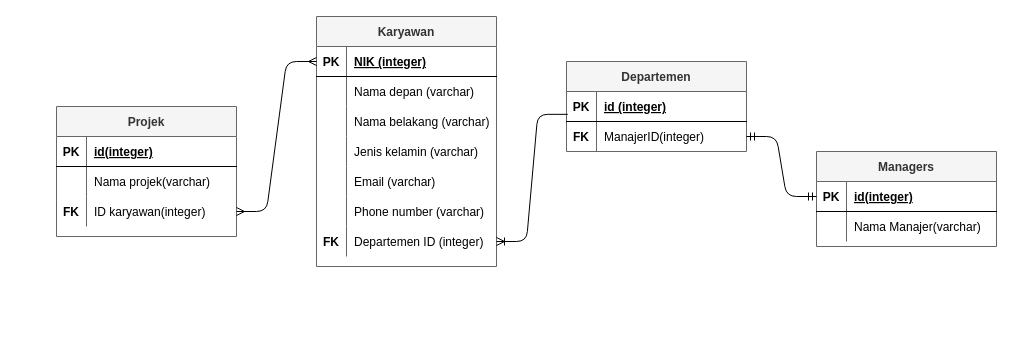
Earlier version of the draw.io diagram schema all relations case study.drawio (fathurk/belajar-js). Source tidied: cells renumbered, new cells numbered last; positions are measured from the earlier drawing's top-left corner, leaving out a move shared by most shapes. Both pictures are drawn from the tidied source at 100%, with x=0, y=0 at pixel (56, 16).
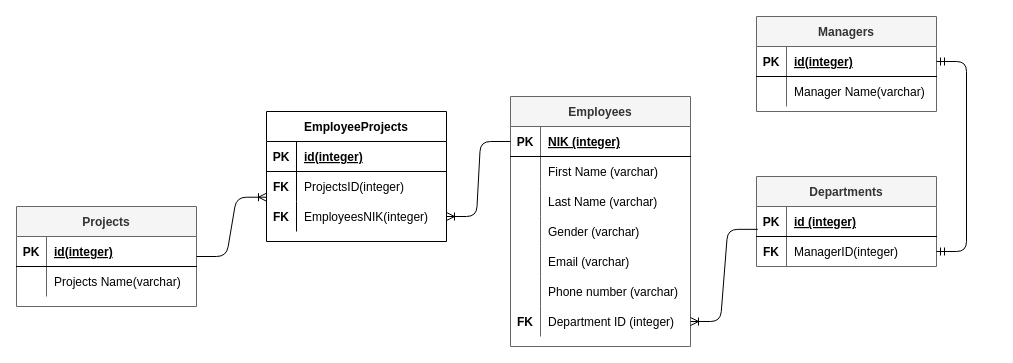
After the change.

Unchanged cells that the change refers to:
```xml
<mxCell id="3" style="shape=partialRectangle;fillColor=none;top=0;left=0;bottom=1;right=0;points=[[0,0.5],[1,0.5]];portConstraint=eastwest;" parent="2" vertex="1">
  <mxGeometry y="30" width="180" height="30" as="geometry" />
</mxCell>
<mxCell id="6" style="shape=partialRectangle;fillColor=none;top=0;left=0;bottom=0;right=0;" parent="2" vertex="1">
  <mxGeometry y="60" width="180" height="30" as="geometry" />
</mxCell>
<mxCell id="9" style="shape=partialRectangle;fillColor=none;top=0;left=0;bottom=0;right=0;" parent="2" vertex="1">
  <mxGeometry y="90" width="180" height="30" as="geometry" />
</mxCell>
<mxCell id="12" style="shape=partialRectangle;fillColor=none;top=0;left=0;bottom=0;right=0;" parent="2" vertex="1">
  <mxGeometry y="120" width="180" height="30" as="geometry" />
</mxCell>
<mxCell id="21" style="shape=partialRectangle;fillColor=none;top=0;left=0;bottom=0;right=0;points=[[0,0.5],[1,0.5]];portConstraint=eastwest;" parent="2" vertex="1">
  <mxGeometry y="210" width="180" height="30" as="geometry" />
</mxCell>
<mxCell id="28" style="shape=partialRectangle;fillColor=none;top=0;left=0;bottom=0;right=0;points=[[0,0.5],[1,0.5]];portConstraint=eastwest;" parent="24" vertex="1">
  <mxGeometry y="60" width="180" height="30" as="geometry" />
</mxCell>
<mxCell id="32" style="shape=partialRectangle;fillColor=none;top=0;left=0;bottom=1;right=0;points=[[0,0.5],[1,0.5]];portConstraint=eastwest;" parent="31" vertex="1">
  <mxGeometry y="30" width="180" height="30" as="geometry" />
</mxCell>
<mxCell id="35" style="shape=partialRectangle;fillColor=none;top=0;left=0;bottom=0;right=0;" parent="31" vertex="1">
  <mxGeometry y="60" width="180" height="30" as="geometry" />
</mxCell>
<mxCell id="41" style="shape=partialRectangle;fillColor=none;top=0;left=0;bottom=1;right=0;points=[[0,0.5],[1,0.5]];portConstraint=eastwest;" parent="40" vertex="1">
  <mxGeometry y="30" width="180" height="30" as="geometry" />
</mxCell>
<mxCell id="44" style="shape=partialRectangle;fillColor=none;top=0;left=0;bottom=0;right=0;" parent="40" vertex="1">
  <mxGeometry y="60" width="180" height="30" as="geometry" />
</mxCell>
```

Diff of the diagram source:
```diff
@@
-    <mxCell id="2" value="Karyawan" style="shape=table;startSize=30;childLayout=tableLayout;rowLines=0;fontStyle=1;align=center;fillColor=#f5f5f5;strokeColor=#666666;fontColor=#333333;" parent="1" vertex="1">
-      <mxGeometry x="260" width="180" height="250" as="geometry" />
+    <mxCell id="2" value="Employees" style="shape=table;startSize=30;childLayout=tableLayout;rowLines=0;fontStyle=1;align=center;fillColor=#f5f5f5;strokeColor=#666666;fontColor=#333333;" parent="1" vertex="1">
+      <mxGeometry x="454" y="80" width="180" height="250" as="geometry" />
     </mxCell>
@@
-    <mxCell id="8" value="Nama depan (varchar)" style="shape=partialRectangle;fillColor=none;top=0;left=0;bottom=0;right=0;align=left;spacingLeft=6;overflow=hidden;" parent="6" vertex="1">
+    <mxCell id="8" value="First Name (varchar)" style="shape=partialRectangle;fillColor=none;top=0;left=0;bottom=0;right=0;align=left;spacingLeft=6;overflow=hidden;" parent="6" vertex="1">
       <mxGeometry x="30" width="150" height="30" as="geometry" />
     </mxCell>
@@
-    <mxCell id="11" value="Nama belakang (varchar)" style="shape=partialRectangle;fillColor=none;top=0;left=0;bottom=0;right=0;align=left;spacingLeft=6;overflow=hidden;" parent="9" vertex="1">
+    <mxCell id="11" value="Last Name (varchar)" style="shape=partialRectangle;fillColor=none;top=0;left=0;bottom=0;right=0;align=left;spacingLeft=6;overflow=hidden;" parent="9" vertex="1">
       <mxGeometry x="30" width="150" height="30" as="geometry" />
     </mxCell>
@@
-    <mxCell id="14" value="Jenis kelamin (varchar)" style="shape=partialRectangle;fillColor=none;top=0;left=0;bottom=0;right=0;align=left;spacingLeft=6;overflow=hidden;" parent="12" vertex="1">
+    <mxCell id="14" value="Gender (varchar)" style="shape=partialRectangle;fillColor=none;top=0;left=0;bottom=0;right=0;align=left;spacingLeft=6;overflow=hidden;" parent="12" vertex="1">
       <mxGeometry x="30" width="150" height="30" as="geometry" />
     </mxCell>
@@
-    <mxCell id="23" value="Departemen ID (integer)" style="shape=partialRectangle;fillColor=none;top=0;left=0;bottom=0;right=0;align=left;spacingLeft=6;overflow=hidden;" parent="21" vertex="1">
+    <mxCell id="23" value="Department ID (integer)" style="shape=partialRectangle;fillColor=none;top=0;left=0;bottom=0;right=0;align=left;spacingLeft=6;overflow=hidden;" parent="21" vertex="1">
       <mxGeometry x="30" width="150" height="30" as="geometry" />
     </mxCell>
-    <mxCell id="24" value="Departemen" style="shape=table;startSize=30;childLayout=tableLayout;rowLines=0;fontStyle=1;align=center;fillColor=#f5f5f5;strokeColor=#666666;fontColor=#333333;" parent="1" vertex="1">
-      <mxGeometry x="510" y="45" width="180" height="90" as="geometry" />
+    <mxCell id="24" value="Departments" style="shape=table;startSize=30;childLayout=tableLayout;rowLines=0;fontStyle=1;align=center;fillColor=#f5f5f5;strokeColor=#666666;fontColor=#333333;" parent="1" vertex="1">
+      <mxGeometry x="700" y="160" width="180" height="90" as="geometry" />
     </mxCell>
@@
-    <mxCell id="30" value="ManajerID(integer)" style="shape=partialRectangle;fillColor=none;top=0;left=0;bottom=0;right=0;align=left;spacingLeft=6;overflow=hidden;" parent="28" vertex="1">
+    <mxCell id="30" value="ManagerID(integer)" style="shape=partialRectangle;fillColor=none;top=0;left=0;bottom=0;right=0;align=left;spacingLeft=6;overflow=hidden;" parent="28" vertex="1">
       <mxGeometry x="30" width="150" height="30" as="geometry" />
     </mxCell>
     <mxCell id="31" value="Managers" style="shape=table;startSize=30;childLayout=tableLayout;rowLines=0;fontStyle=1;align=center;fillColor=#f5f5f5;strokeColor=#666666;fontColor=#333333;" parent="1" vertex="1">
-      <mxGeometry x="760" y="135" width="180" height="95" as="geometry" />
+      <mxGeometry x="700" width="180" height="95" as="geometry" />
     </mxCell>
@@
-    <mxCell id="37" value="Nama Manajer(varchar)" style="shape=partialRectangle;fillColor=none;top=0;left=0;bottom=0;right=0;align=left;spacingLeft=6;overflow=hidden;" parent="35" vertex="1">
+    <mxCell id="37" value="Manager Name(varchar)" style="shape=partialRectangle;fillColor=none;top=0;left=0;bottom=0;right=0;align=left;spacingLeft=6;overflow=hidden;" parent="35" vertex="1">
       <mxGeometry x="30" width="150" height="30" as="geometry" />
     </mxCell>
@@
-    <mxCell id="39" style="edgeStyle=entityRelationEdgeStyle;fontSize=12;html=1;endArrow=ERmandOne;startArrow=ERmandOne;entryX=0;entryY=0.5;entryDx=0;entryDy=0;" parent="1" edge="1" source="28" target="32">
+    <mxCell id="39" style="edgeStyle=entityRelationEdgeStyle;fontSize=12;html=1;endArrow=ERmandOne;startArrow=ERmandOne;entryX=1;entryY=0.5;entryDx=0;entryDy=0;" parent="1" edge="1" source="28" target="32">
       <mxGeometry relative="1" as="geometry" />
     </mxCell>
-    <mxCell id="40" value="Projek" style="shape=table;startSize=30;childLayout=tableLayout;rowLines=0;fontStyle=1;align=center;fillColor=#f5f5f5;strokeColor=#666666;fontColor=#333333;" parent="1" vertex="1">
-      <mxGeometry y="90" width="180" height="130" as="geometry" />
+    <mxCell id="40" value="Projects" style="shape=table;startSize=30;childLayout=tableLayout;rowLines=0;fontStyle=1;align=center;fillColor=#f5f5f5;strokeColor=#666666;fontColor=#333333;" parent="1" vertex="1">
+      <mxGeometry x="-40" y="190" width="180" height="100" as="geometry" />
     </mxCell>
@@
-    <mxCell id="46" value="Nama projek(varchar)" style="shape=partialRectangle;fillColor=none;top=0;left=0;bottom=0;right=0;align=left;spacingLeft=6;overflow=hidden;" parent="44" vertex="1">
+    <mxCell id="46" value="Projects Name(varchar)" style="shape=partialRectangle;fillColor=none;top=0;left=0;bottom=0;right=0;align=left;spacingLeft=6;overflow=hidden;" parent="44" vertex="1">
       <mxGeometry x="30" width="150" height="30" as="geometry" />
     </mxCell>
+    <mxCell id="51" value="EmployeeProjects" style="shape=table;startSize=30;childLayout=tableLayout;rowLines=0;fontStyle=1;align=center;" parent="1" vertex="1">
+      <mxGeometry x="210" y="95" width="180" height="130" as="geometry" />
+    </mxCell>
+    <mxCell id="52" style="shape=partialRectangle;fillColor=none;top=0;left=0;bottom=1;right=0;" parent="51" vertex="1">
+      <mxGeometry y="30" width="180" height="30" as="geometry" />
+    </mxCell>
+    <mxCell id="53" value="PK" style="shape=partialRectangle;fillColor=none;top=0;left=0;bottom=0;right=0;fontStyle=1;overflow=hidden;" parent="52" vertex="1">
+      <mxGeometry width="30" height="30" as="geometry" />
+    </mxCell>
+    <mxCell id="54" value="id(integer)" style="shape=partialRectangle;fillColor=none;top=0;left=0;bottom=0;right=0;align=left;spacingLeft=6;fontStyle=5;overflow=hidden;" parent="52" vertex="1">
+      <mxGeometry x="30" width="150" height="30" as="geometry" />
+    </mxCell>
+    <mxCell id="55" style="shape=partialRectangle;fillColor=none;top=0;left=0;bottom=0;right=0;points=[[0,0.5],[1,0.5]];portConstraint=eastwest;" parent="51" vertex="1">
+      <mxGeometry y="60" width="180" height="30" as="geometry" />
+    </mxCell>
+    <mxCell id="56" value="FK" style="shape=partialRectangle;fillColor=none;top=0;left=0;bottom=0;right=0;overflow=hidden;fontStyle=1;" parent="55" vertex="1">
+      <mxGeometry width="30" height="30" as="geometry" />
+    </mxCell>
+    <mxCell id="57" value="ProjectsID(integer)" style="shape=partialRectangle;fillColor=none;top=0;left=0;bottom=0;right=0;align=left;spacingLeft=6;overflow=hidden;" parent="55" vertex="1">
+      <mxGeometry x="30" width="150" height="30" as="geometry" />
+    </mxCell>
-    <mxCell id="47" style="shape=partialRectangle;fillColor=none;top=0;left=0;bottom=0;right=0;points=[[0,0.5],[1,0.5]];portConstraint=eastwest;" parent="40" vertex="1">
+    <mxCell id="47" style="shape=partialRectangle;fillColor=none;top=0;left=0;bottom=0;right=0;points=[[0,0.5],[1,0.5]];portConstraint=eastwest;" parent="51" vertex="1">
       <mxGeometry y="90" width="180" height="30" as="geometry" />
     </mxCell>
-    <mxCell id="48" value="FK" style="shape=partialRectangle;fillColor=none;top=0;left=0;bottom=0;right=0;overflow=hidden;fontStyle=1;" parent="47" vertex="1">
-      <mxGeometry width="30" height="30" as="geometry" />
-    </mxCell>
-    <mxCell id="49" value="ID karyawan(integer)" style="shape=partialRectangle;fillColor=none;top=0;left=0;bottom=0;right=0;align=left;spacingLeft=6;overflow=hidden;" parent="47" vertex="1">
-      <mxGeometry x="30" width="150" height="30" as="geometry" />
-    </mxCell>
+    <mxCell id="58" value="FK" style="shape=partialRectangle;fillColor=none;top=0;left=0;bottom=0;right=0;overflow=hidden;fontStyle=1;" parent="47" vertex="1">
+      <mxGeometry width="30" height="30" as="geometry" />
+    </mxCell>
+    <mxCell id="59" value="EmployeesNIK(integer)" style="shape=partialRectangle;fillColor=none;top=0;left=0;bottom=0;right=0;align=left;spacingLeft=6;overflow=hidden;" parent="47" vertex="1">
+      <mxGeometry x="30" width="150" height="30" as="geometry" />
+    </mxCell>
-    <mxCell id="50" style="edgeStyle=entityRelationEdgeStyle;fontSize=12;html=1;endArrow=ERmany;startArrow=ERmany;exitX=0;exitY=0.5;exitDx=0;exitDy=0;" parent="1" edge="1" source="3" target="47">
+    <mxCell id="50" style="edgeStyle=entityRelationEdgeStyle;fontSize=12;html=1;endArrow=ERoneToMany;exitX=0;exitY=0.5;exitDx=0;exitDy=0;" parent="1" edge="1" source="3" target="47">
       <mxGeometry relative="1" as="geometry" />
     </mxCell>
+    <mxCell id="60" style="edgeStyle=entityRelationEdgeStyle;fontSize=12;html=1;endArrow=ERoneToMany;exitX=1;exitY=0.667;exitDx=0;exitDy=0;entryX=0;entryY=0.857;entryDx=0;entryDy=0;exitPerimeter=0;entryPerimeter=0;" parent="1" edge="1" source="41" target="55">
+      <mxGeometry relative="1" as="geometry" />
+    </mxCell>
```
